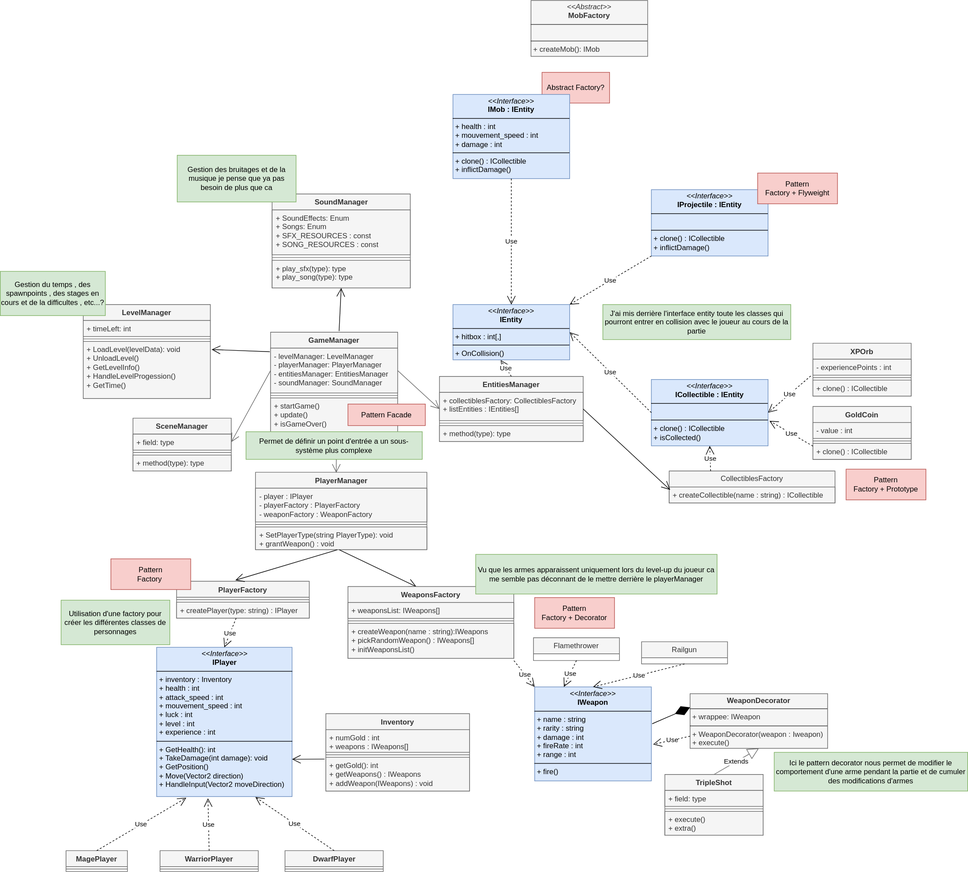
The draw.io diagram class_diagram.drawio.svg in CNAM-gaming/vampire_survivors, before a commit. Source tidied: cells renumbered, new cells last; positions are measured from the earlier drawing's top-left corner, leaving out a move shared by most shapes.
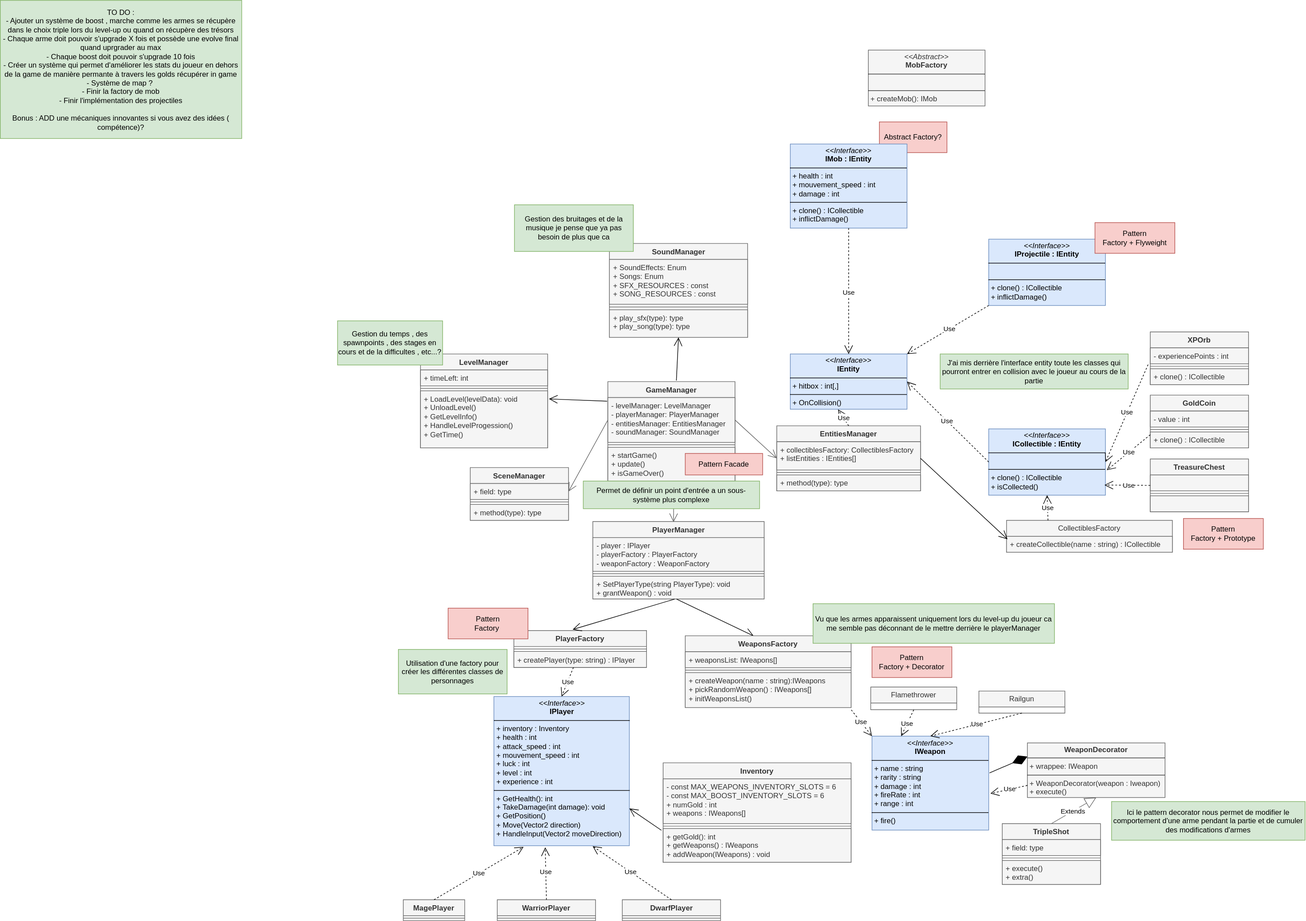
The same diagram one commit later.

Diff of the diagram source:
```diff
@@ -72,7 +72,7 @@
       <mxGeometry y="108" width="225" height="45" as="geometry" />
     </mxCell>
     <mxCell id="25" value="GoldCoin" style="swimlane;fontStyle=1;align=center;verticalAlign=top;horizontal=1;startSize=26;whiteSpace=wrap;html=1;fillColor=#f5f5f5;fontColor=#333333;strokeColor=#666666;" parent="1" vertex="1">
-      <mxGeometry x="1323" y="661" width="160" height="86" as="geometry" />
+      <mxGeometry x="1323" y="562" width="160" height="86" as="geometry" />
     </mxCell>
     <mxCell id="26" value="- value : int" style="text;strokeColor=#666666;fillColor=#f5f5f5;align=left;verticalAlign=top;spacingLeft=4;spacingRight=4;overflow=hidden;whiteSpace=wrap;html=1;fontColor=#333333;" parent="25" vertex="1">
       <mxGeometry y="26" width="160" height="26" as="geometry" />
@@ -84,7 +84,7 @@
       <mxGeometry y="60" width="160" height="26" as="geometry" />
     </mxCell>
     <mxCell id="29" value="XPOrb" style="swimlane;fontStyle=1;align=center;verticalAlign=top;horizontal=1;startSize=26;whiteSpace=wrap;html=1;fillColor=#f5f5f5;fontColor=#333333;strokeColor=#666666;" parent="1" vertex="1">
-      <mxGeometry x="1323" y="558" width="160" height="86" as="geometry" />
+      <mxGeometry x="1323" y="459" width="160" height="86" as="geometry" />
     </mxCell>
     <mxCell id="30" value="- experiencePoints : int" style="text;strokeColor=#666666;fillColor=#f5f5f5;align=left;verticalAlign=top;spacingLeft=4;spacingRight=4;overflow=hidden;whiteSpace=wrap;html=1;fontColor=#333333;" parent="29" vertex="1">
       <mxGeometry y="26" width="160" height="26" as="geometry" />
@@ -177,16 +177,16 @@
       <mxGeometry relative="1" as="geometry" />
     </mxCell>
     <mxCell id="60" value="Inventory&lt;div&gt;&lt;br&gt;&lt;/div&gt;" style="swimlane;fontStyle=1;align=center;verticalAlign=top;horizontal=1;startSize=26;whiteSpace=wrap;html=1;fillColor=#f5f5f5;fontColor=#333333;strokeColor=#666666;" parent="1" vertex="1">
-      <mxGeometry x="530" y="1161" width="234" height="126" as="geometry" />
+      <mxGeometry x="530" y="1161" width="306" height="162" as="geometry" />
     </mxCell>
-    <mxCell id="61" value="+ numGold : int&lt;div&gt;+ weapons : IWeapons[]&lt;br&gt;&lt;div&gt;&lt;br&gt;&lt;/div&gt;&lt;/div&gt;" style="text;strokeColor=#666666;fillColor=#f5f5f5;align=left;verticalAlign=top;spacingLeft=4;spacingRight=4;overflow=hidden;whiteSpace=wrap;html=1;fontColor=#333333;" parent="60" vertex="1">
-      <mxGeometry y="26" width="234" height="37" as="geometry" />
+    <mxCell id="61" value="- const MAX_WEAPONS_INVENTORY_SLOTS = 6&lt;div&gt;- const MAX_BOOST_INVENTORY_SLOTS = 6&lt;br&gt;+ numGold : int&lt;div&gt;+ weapons : IWeapons[]&lt;br&gt;&lt;div&gt;&lt;br&gt;&lt;/div&gt;&lt;/div&gt;&lt;/div&gt;" style="text;strokeColor=#666666;fillColor=#f5f5f5;align=left;verticalAlign=top;spacingLeft=4;spacingRight=4;overflow=hidden;whiteSpace=wrap;html=1;fontColor=#333333;" parent="60" vertex="1">
+      <mxGeometry y="26" width="306" height="73" as="geometry" />
     </mxCell>
     <mxCell id="62" style="line;strokeWidth=1;fillColor=#f5f5f5;align=left;verticalAlign=middle;spacingTop=-1;spacingLeft=3;spacingRight=3;labelPosition=right;strokeColor=#666666;fontColor=#333333;" parent="60" vertex="1">
-      <mxGeometry y="63" width="234" height="8" as="geometry" />
+      <mxGeometry y="99" width="306" height="8" as="geometry" />
     </mxCell>
     <mxCell id="63" value="+ getGold(): int&lt;div&gt;+ getWeapons() : IWeapons&lt;/div&gt;&lt;div&gt;+ addWeapon(IWeapons) : void&lt;/div&gt;" style="text;strokeColor=#666666;fillColor=#f5f5f5;align=left;verticalAlign=top;spacingLeft=4;spacingRight=4;overflow=hidden;points=[[0,0.5],[1,0.5]];portConstraint=eastwest;whiteSpace=wrap;html=1;fontColor=#333333;" parent="60" vertex="1">
-      <mxGeometry y="71" width="234" height="55" as="geometry" />
+      <mxGeometry y="107" width="306" height="55" as="geometry" />
     </mxCell>
     <mxCell id="64" value="PlayerFactory" style="swimlane;fontStyle=1;align=center;verticalAlign=top;horizontal=1;startSize=26;whiteSpace=wrap;html=1;fillColor=#f5f5f5;fontColor=#333333;strokeColor=#666666;" parent="1" vertex="1">
       <mxGeometry x="287" y="945.5" width="216" height="60" as="geometry" />
@@ -314,5 +314,23 @@
     <mxCell id="105" value="Gestion des bruitages et de la musique je pense que ya pas besoin de plus que ca" style="text;html=1;align=center;verticalAlign=middle;whiteSpace=wrap;rounded=0;fillColor=#d5e8d4;strokeColor=#82b366;" parent="1" vertex="1">
       <mxGeometry x="288" y="252" width="193.5" height="76" as="geometry" />
     </mxCell>
+    <mxCell id="106" value="TreasureChest" style="swimlane;fontStyle=1;align=center;verticalAlign=top;horizontal=1;startSize=26;whiteSpace=wrap;html=1;fillColor=#f5f5f5;fontColor=#333333;strokeColor=#666666;" parent="1" vertex="1">
+      <mxGeometry x="1323" y="666" width="160" height="86" as="geometry" />
+    </mxCell>
+    <mxCell id="107" style="text;strokeColor=#666666;fillColor=#f5f5f5;align=left;verticalAlign=top;spacingLeft=4;spacingRight=4;overflow=hidden;whiteSpace=wrap;html=1;fontColor=#333333;" parent="106" vertex="1">
+      <mxGeometry y="26" width="160" height="26" as="geometry" />
+    </mxCell>
+    <mxCell id="108" style="line;strokeWidth=1;fillColor=#f5f5f5;align=left;verticalAlign=middle;spacingTop=-1;spacingLeft=3;spacingRight=3;labelPosition=right;strokeColor=#666666;fontColor=#333333;" parent="106" vertex="1">
+      <mxGeometry y="52" width="160" height="8" as="geometry" />
+    </mxCell>
+    <mxCell id="109" style="text;strokeColor=#666666;fillColor=#f5f5f5;align=left;verticalAlign=top;spacingLeft=4;spacingRight=4;overflow=hidden;whiteSpace=wrap;html=1;fontColor=#333333;" parent="106" vertex="1">
+      <mxGeometry y="60" width="160" height="26" as="geometry" />
+    </mxCell>
+    <mxCell id="110" value="Use" style="endArrow=open;endSize=12;dashed=1;html=1;rounded=0;exitX=0;exitY=0.5;exitDx=0;exitDy=0;entryX=0.992;entryY=0.847;entryDx=0;entryDy=0;entryPerimeter=0;" parent="1" edge="1" source="106" target="35">
+      <mxGeometry relative="1" as="geometry" />
+    </mxCell>
+    <mxCell id="111" value="TO DO :&lt;div&gt;- Ajouter un système de boost , marche comme les armes se récupère dans le choix triple lors du level-up ou quand on récupère des trésors&lt;/div&gt;&lt;div&gt;- Chaque arme doit pouvoir s'upgrade X fois et possède une evolve final quand uprgrader au max&lt;/div&gt;&lt;div&gt;- Chaque boost doit pouvoir s'upgrade 10 fois&lt;/div&gt;&lt;div&gt;- Créer un système qui permet d'améliorer les stats du joueur en dehors de la game de manière permante à travers les golds récupérer in game&lt;/div&gt;&lt;div&gt;- Système de map ?&amp;nbsp;&lt;/div&gt;&lt;div&gt;- Finir la factory de mob&lt;/div&gt;&lt;div&gt;- Finir l'implémentation des projectiles&lt;/div&gt;&lt;div&gt;&lt;br&gt;&lt;/div&gt;&lt;div&gt;Bonus : ADD une mécaniques innovantes si vous avez des idées ( compétence)?&lt;/div&gt;" style="text;html=1;align=center;verticalAlign=middle;whiteSpace=wrap;rounded=0;fillColor=#d5e8d4;strokeColor=#82b366;" parent="1" vertex="1">
+      <mxGeometry x="-549" y="-81" width="393" height="225" as="geometry" />
+    </mxCell>
   </root>
 </mxGraphModel>
```
